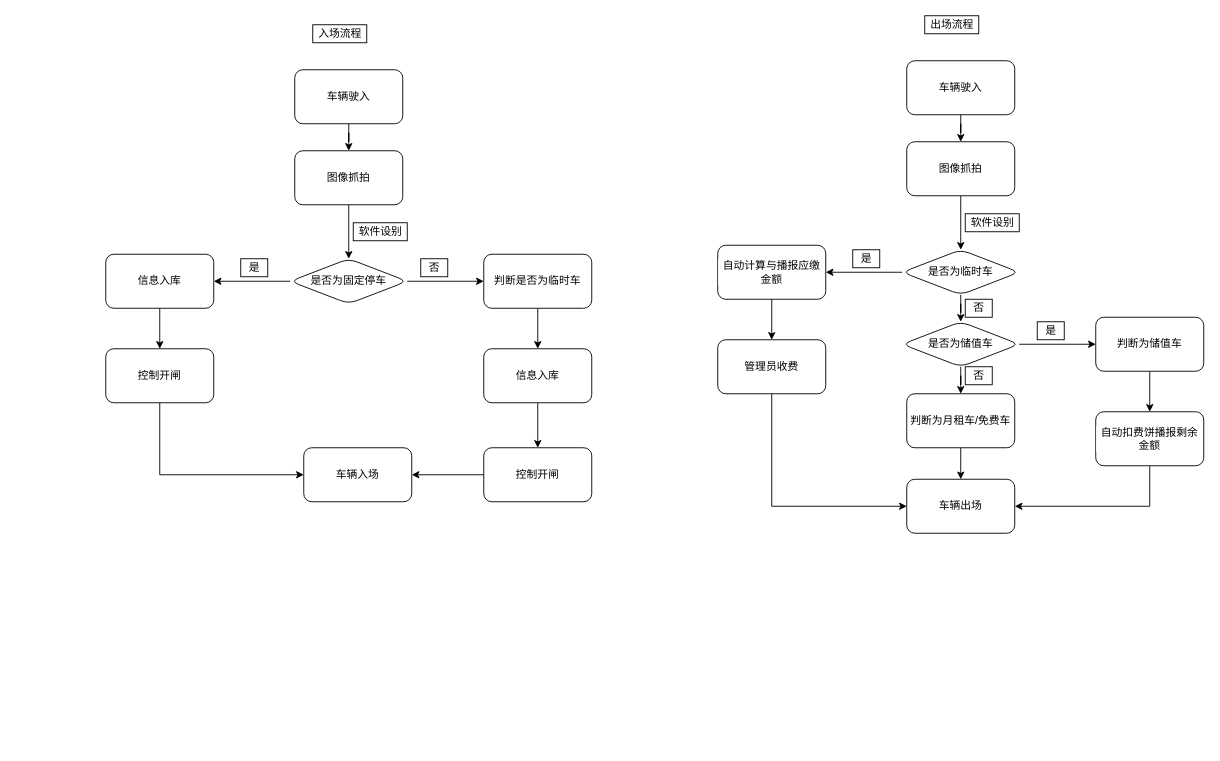
Above: 进出场流程.drawio in x1126565832/pic (draw.io), before the change. Source tidied: cells renumbered, new cells numbered last; positions are measured from the earlier drawing's top-left corner, leaving out a move shared by most shapes. Both pictures are drawn from the tidied source at 90%, with x=0, y=0 at pixel (105, 15).
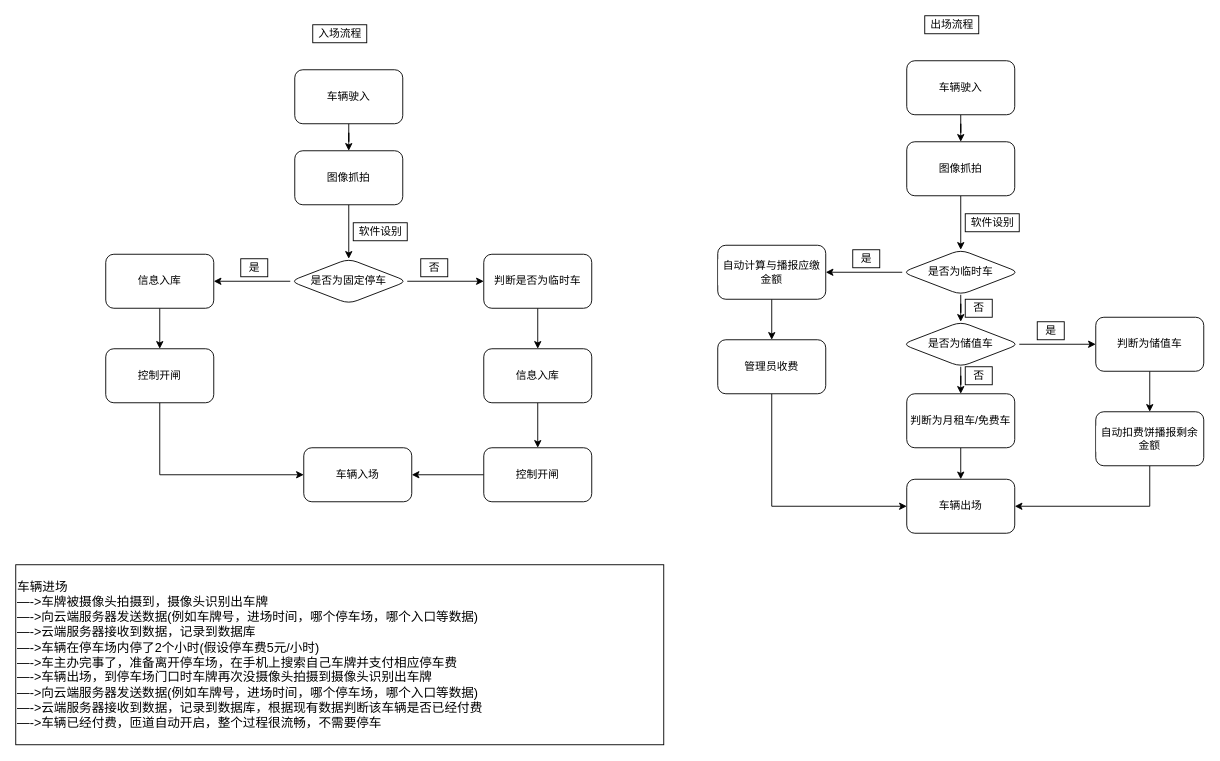
Above is the later version.

Commit message (it also covers changes not shown here):
更新进出场流程.drawio

Change to the diagram source:
```diff
@@
+    <mxCell id="51" value="&lt;span style=&quot;font-size: 14px;&quot;&gt;车辆进场&lt;/span&gt;&lt;br style=&quot;box-sizing: border-box; font-size: 14px;&quot;&gt;&lt;span style=&quot;font-size: 14px;&quot;&gt;—-&amp;gt;车牌被摄像头拍摄到，摄像头识别出车牌&lt;/span&gt;&lt;br style=&quot;box-sizing: border-box; font-size: 14px;&quot;&gt;&lt;span style=&quot;font-size: 14px;&quot;&gt;—-&amp;gt;向云端服务器发送数据(例如车牌号，进场时间，哪个停车场，哪个入口等数据)&lt;/span&gt;&lt;br style=&quot;box-sizing: border-box; font-size: 14px;&quot;&gt;&lt;span style=&quot;font-size: 14px;&quot;&gt;—-&amp;gt;云端服务器接收到数据，记录到数据库&lt;/span&gt;&lt;br style=&quot;box-sizing: border-box; font-size: 14px;&quot;&gt;&lt;span style=&quot;font-size: 14px;&quot;&gt;—-&amp;gt;车辆在停车场内停了2个小时(假设停车费5元/小时)&lt;/span&gt;&lt;br style=&quot;box-sizing: border-box; font-size: 14px;&quot;&gt;&lt;span style=&quot;font-size: 14px;&quot;&gt;—-&amp;gt;车主办完事了，准备离开停车场，在手机上搜索自己车牌并支付相应停车费&lt;/span&gt;&lt;br style=&quot;box-sizing: border-box; font-size: 14px;&quot;&gt;&lt;span style=&quot;font-size: 14px;&quot;&gt;—-&amp;gt;车辆出场，到停车场门口时车牌再次没摄像头拍摄到摄像头识别出车牌&lt;/span&gt;&lt;br style=&quot;box-sizing: border-box; font-size: 14px;&quot;&gt;&lt;span style=&quot;font-size: 14px;&quot;&gt;—-&amp;gt;向云端服务器发送数据(例如车牌号，进场时间，哪个停车场，哪个入口等数据)&lt;/span&gt;&lt;br style=&quot;box-sizing: border-box; font-size: 14px;&quot;&gt;&lt;span style=&quot;font-size: 14px;&quot;&gt;—-&amp;gt;云端服务器接收到数据，记录到数据库，根据现有数据判断该车辆是否已经付费&lt;/span&gt;&lt;br style=&quot;box-sizing: border-box; font-size: 14px;&quot;&gt;&lt;span style=&quot;font-size: 14px;&quot;&gt;—-&amp;gt;车辆已经付费，匝道自动开启，整个过程很流畅，不需要停车&lt;/span&gt;" style="whiteSpace=wrap;html=1;labelBackgroundColor=default;fontColor=default;strokeColor=default;fillColor=default;align=left;" parent="1" vertex="1">
+      <mxGeometry x="-100" y="610" width="720" height="200" as="geometry" />
+    </mxCell>
```
